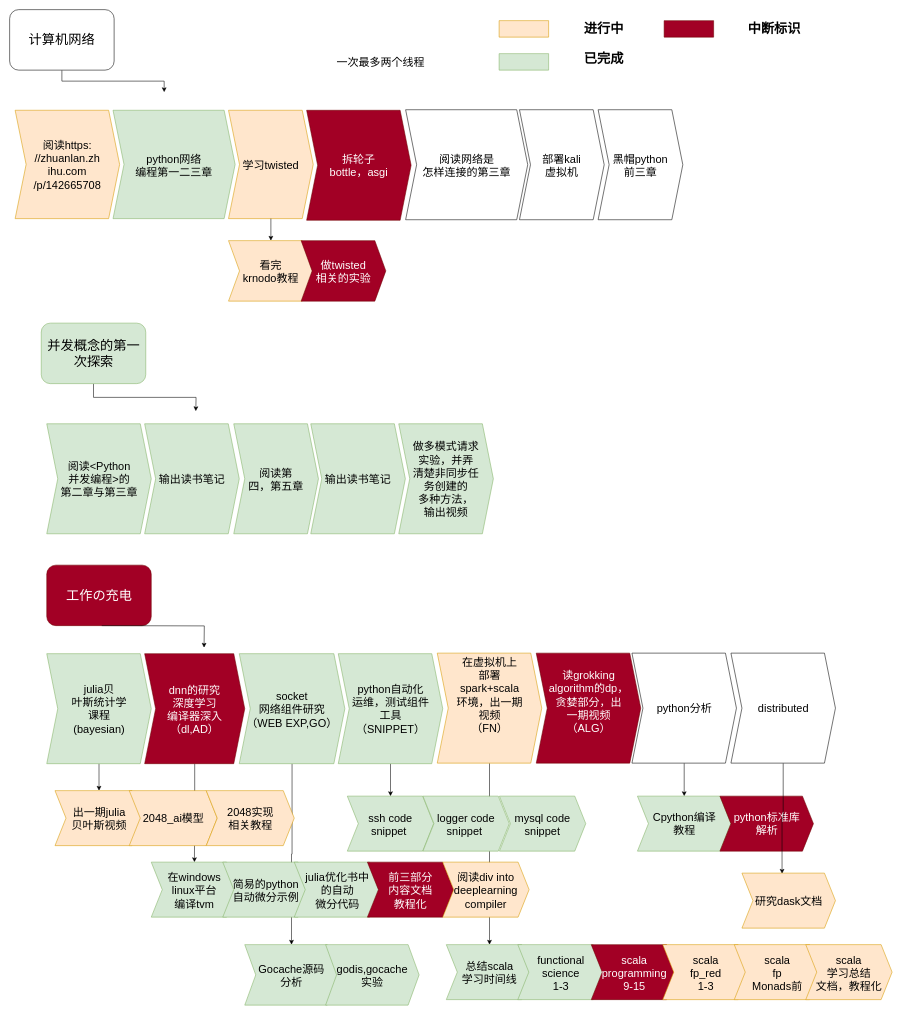
xiaoniaoyouhuajiang/ClassNotebook keeps this draw.io diagram as page "以前的计划" (3 of 6) of scheduler.drawio. Above is the earlier version. Source tidied: cells renumbered, new cells numbered last; positions are measured from the earlier drawing's top-left corner, leaving out a move shared by most shapes. Both pictures are drawn from the tidied source at 55%, with x=0, y=0 at pixel (9, 9).
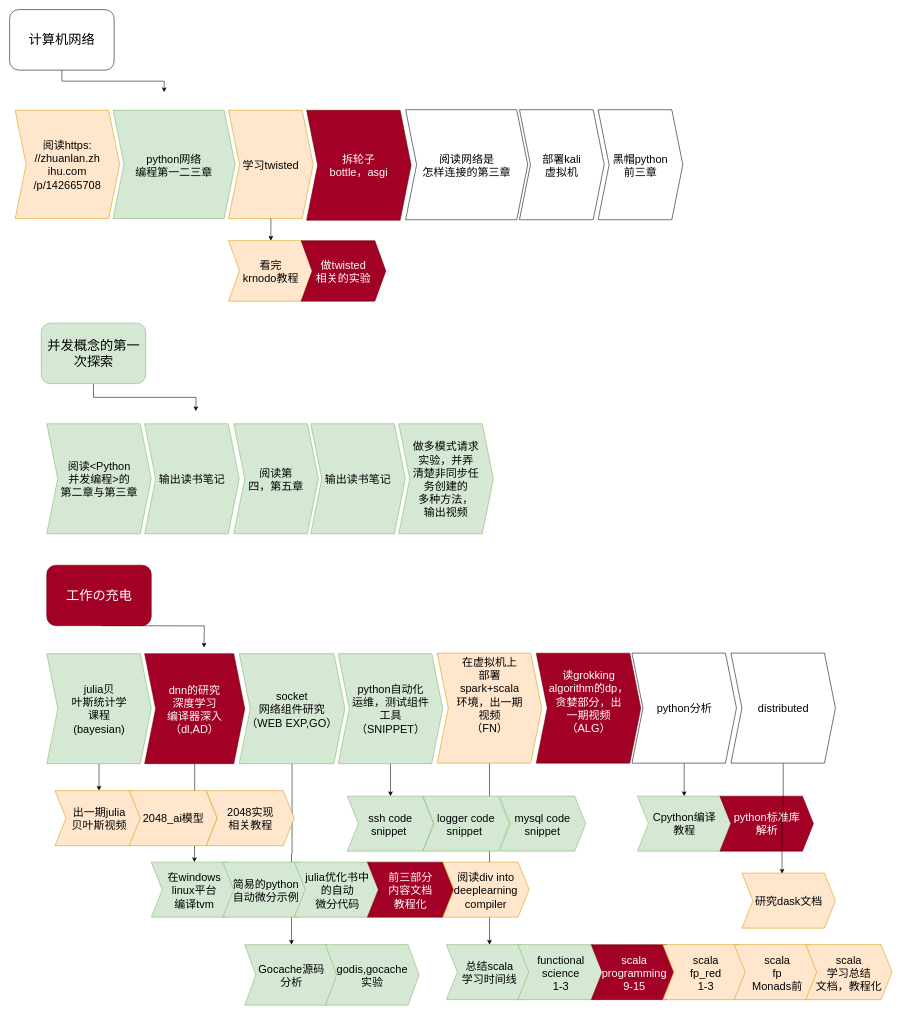
After the change.

Change to the diagram source:
```diff
@@
-    <mxCell id="10" style="verticalLabelPosition=bottom;verticalAlign=top;html=1;shape=mxgraph.basic.rect;fillColor2=none;strokeWidth=1;size=20;indent=5;fontSize=20;fillColor=#ffe6cc;strokeColor=#d79b00;" parent="1" vertex="1">
-      <mxGeometry x="890" y="20" width="90" height="30" as="geometry" />
-    </mxCell>
-    <mxCell id="11" style="verticalLabelPosition=bottom;verticalAlign=top;html=1;shape=mxgraph.basic.rect;fillColor2=none;strokeWidth=1;size=20;indent=5;fontSize=20;fillColor=#d5e8d4;strokeColor=#82b366;" parent="1" vertex="1">
-      <mxGeometry x="890" y="80" width="90" height="30" as="geometry" />
-    </mxCell>
-    <mxCell id="12" value="进行中" style="text;strokeColor=none;fillColor=none;html=1;fontSize=24;fontStyle=1;verticalAlign=middle;align=center;" parent="1" vertex="1">
-      <mxGeometry x="1030" y="15" width="100" height="40" as="geometry" />
-    </mxCell>
-    <mxCell id="13" value="已完成" style="text;strokeColor=none;fillColor=none;html=1;fontSize=24;fontStyle=1;verticalAlign=middle;align=center;" parent="1" vertex="1">
-      <mxGeometry x="1030" y="70" width="100" height="40" as="geometry" />
-    </mxCell>
@@
-    <mxCell id="19" value="一次最多两个线程" style="text;html=1;strokeColor=none;fillColor=none;align=center;verticalAlign=middle;whiteSpace=wrap;rounded=0;fontSize=20;" parent="1" vertex="1">
-      <mxGeometry x="590" y="75" width="170" height="40" as="geometry" />
-    </mxCell>
@@
-    <mxCell id="67" style="verticalLabelPosition=bottom;verticalAlign=top;html=1;shape=mxgraph.basic.rect;fillColor2=none;strokeWidth=1;size=20;indent=5;fontSize=20;fillColor=#a20025;strokeColor=#6F0000;fontColor=#ffffff;" parent="1" vertex="1">
-      <mxGeometry x="1190" y="20" width="90" height="30" as="geometry" />
-    </mxCell>
-    <mxCell id="68" value="中断标识" style="text;strokeColor=none;fillColor=none;html=1;fontSize=24;fontStyle=1;verticalAlign=middle;align=center;" parent="1" vertex="1">
-      <mxGeometry x="1340" y="15" width="100" height="40" as="geometry" />
-    </mxCell>
```
